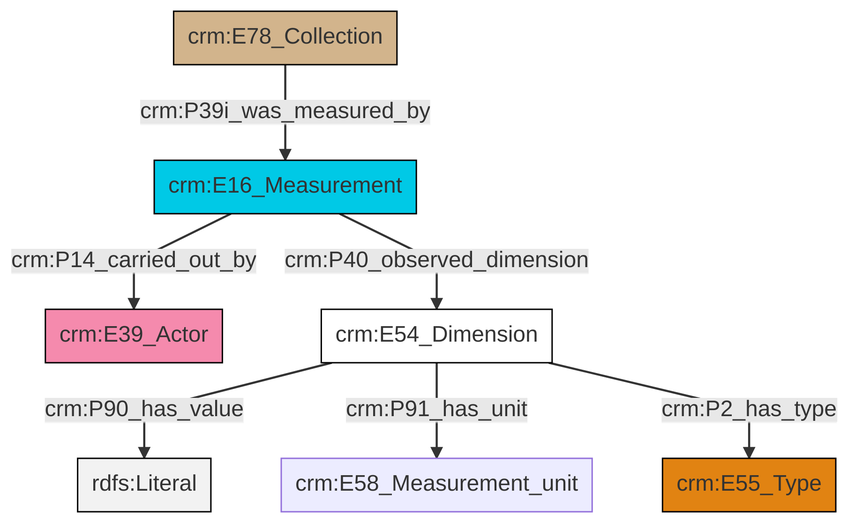
Earlier version of the Mermaid export et/archivalCSV/ttl/mmd/png/archival_substance.png (swiss-art-research-net/docs.swissartresearch). Its source is kept beside it as et/archivalCSV/ttl/mmd/archival_substance.ttl.mmd.
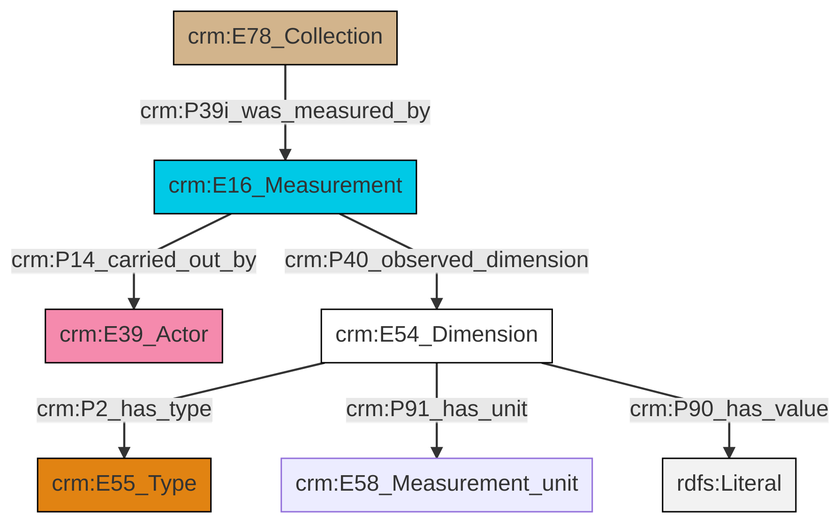
The same diagram one commit later.

Change to the diagram source:
```diff
@@ -13,9 +13,9 @@
 classDef PC_Classes fill:#4ce600, stroke:#000000;
 classDef Multi fill:#cccccc,stroke:#000000;
 
-2["crm:E16_Measurement"]:::Temporal_Entity -->|crm:P14_carried_out_by| 3["crm:E39_Actor"]:::Actor
-8["crm:E54_Dimension"]:::CRM_Entity -->|crm:P90_has_value| 9[rdfs:Literal]:::Literal
-2["crm:E16_Measurement"]:::Temporal_Entity -->|crm:P40_observed_dimension| 8["crm:E54_Dimension"]:::CRM_Entity
-8["crm:E54_Dimension"]:::CRM_Entity -->|crm:P91_has_unit| 6["crm:E58_Measurement_unit"]:::Default
-0["crm:E78_Collection"]:::Physical_Thing -->|crm:P39i_was_measured_by| 2["crm:E16_Measurement"]:::Temporal_Entity
-8["crm:E54_Dimension"]:::CRM_Entity -->|crm:P2_has_type| 4["crm:E55_Type"]:::Type
+8["crm:E78_Collection"]:::Physical_Thing -->|crm:P39i_was_measured_by| 2["crm:E16_Measurement"]:::Temporal_Entity
+2["crm:E16_Measurement"]:::Temporal_Entity -->|crm:P40_observed_dimension| 6["crm:E54_Dimension"]:::CRM_Entity
+2["crm:E16_Measurement"]:::Temporal_Entity -->|crm:P14_carried_out_by| 4["crm:E39_Actor"]:::Actor
+6["crm:E54_Dimension"]:::CRM_Entity -->|crm:P2_has_type| 10["crm:E55_Type"]:::Type
+6["crm:E54_Dimension"]:::CRM_Entity -->|crm:P91_has_unit| 0["crm:E58_Measurement_unit"]:::Default
+6["crm:E54_Dimension"]:::CRM_Entity -->|crm:P90_has_value| 12[rdfs:Literal]:::Literal
```
